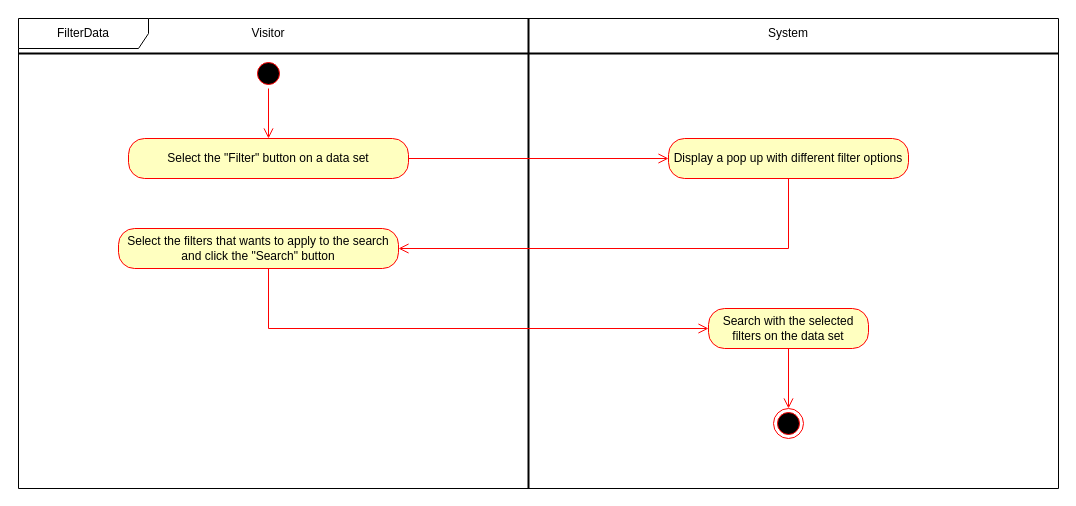
Before: page "FilterData" (2 of 2) of Visitor.drawio in matteovisotto/SE2-CecchettoSirianiVisotto, a draw.io diagram. Source tidied: cells renumbered, new cells numbered last; positions are measured from the earlier drawing's top-left corner, leaving out a move shared by most shapes. Both pictures are drawn from the tidied source at 100%, with x=0, y=0 at pixel (18, 18).
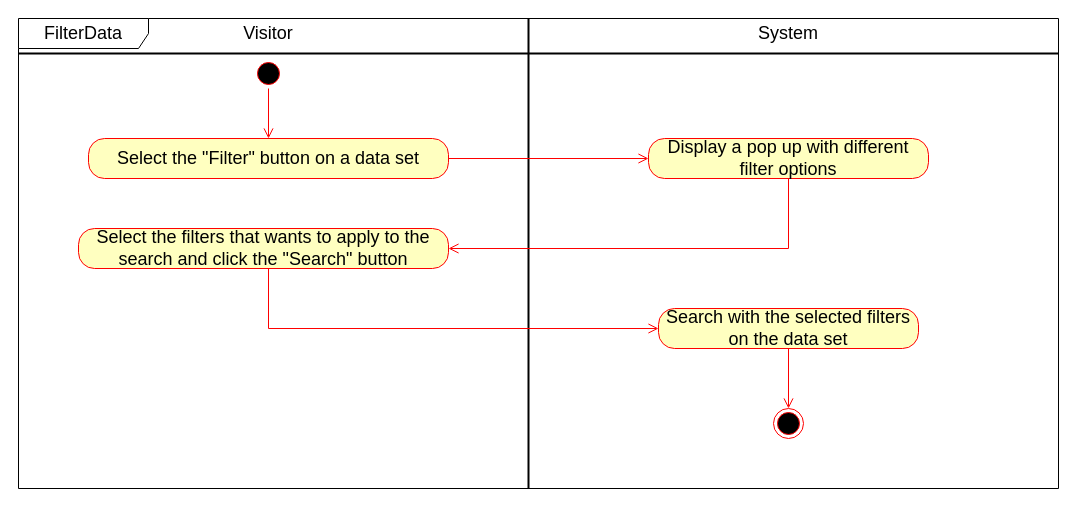
After the change.

Change to the diagram source:
```diff
@@
-    <mxCell id="2" value="FilterData" style="shape=umlFrame;whiteSpace=wrap;html=1;width=130;height=30;" parent="1" vertex="1">
+    <mxCell id="2" value="&lt;font style=&quot;font-size: 18px&quot;&gt;FilterData&lt;/font&gt;" style="shape=umlFrame;whiteSpace=wrap;html=1;width=130;height=30;" parent="1" vertex="1">
       <mxGeometry width="1040" height="470" as="geometry" />
     </mxCell>
@@
-    <mxCell id="8" value="Visitor" style="text;html=1;strokeColor=none;fillColor=none;align=center;verticalAlign=middle;whiteSpace=wrap;rounded=0;" parent="1" vertex="1">
+    <mxCell id="8" value="&lt;font style=&quot;font-size: 18px&quot;&gt;Visitor&lt;/font&gt;" style="text;html=1;strokeColor=none;fillColor=none;align=center;verticalAlign=middle;whiteSpace=wrap;rounded=0;" parent="1" vertex="1">
       <mxGeometry x="195" width="110" height="30" as="geometry" />
     </mxCell>
-    <mxCell id="9" value="System" style="text;html=1;strokeColor=none;fillColor=none;align=center;verticalAlign=middle;whiteSpace=wrap;rounded=0;" parent="1" vertex="1">
+    <mxCell id="9" value="&lt;font style=&quot;font-size: 18px&quot;&gt;System&lt;/font&gt;" style="text;html=1;strokeColor=none;fillColor=none;align=center;verticalAlign=middle;whiteSpace=wrap;rounded=0;" parent="1" vertex="1">
       <mxGeometry x="740" width="60" height="30" as="geometry" />
     </mxCell>
-    <mxCell id="10" value="Select the &quot;Filter&quot; button on a data set" style="rounded=1;whiteSpace=wrap;html=1;arcSize=40;fontColor=#000000;fillColor=#ffffc0;strokeColor=#ff0000;" parent="1" vertex="1">
-      <mxGeometry x="110" y="120" width="280" height="40" as="geometry" />
+    <mxCell id="10" value="&lt;font style=&quot;font-size: 18px&quot;&gt;Select the &quot;Filter&quot; button on a data set&lt;/font&gt;" style="rounded=1;whiteSpace=wrap;html=1;arcSize=40;fontColor=#000000;fillColor=#ffffc0;strokeColor=#ff0000;" parent="1" vertex="1">
+      <mxGeometry x="70" y="120" width="360" height="40" as="geometry" />
     </mxCell>
@@
-    <mxCell id="12" value="Display a pop up with different filter options" style="rounded=1;whiteSpace=wrap;html=1;arcSize=40;fontColor=#000000;fillColor=#ffffc0;strokeColor=#ff0000;" parent="1" vertex="1">
-      <mxGeometry x="650" y="120" width="240" height="40" as="geometry" />
+    <mxCell id="12" value="&lt;font style=&quot;font-size: 18px&quot;&gt;Display a pop up with different filter options&lt;/font&gt;" style="rounded=1;whiteSpace=wrap;html=1;arcSize=40;fontColor=#000000;fillColor=#ffffc0;strokeColor=#ff0000;" parent="1" vertex="1">
+      <mxGeometry x="630" y="120" width="280" height="40" as="geometry" />
     </mxCell>
@@
-    <mxCell id="14" value="Select the filters that wants to apply to the search and click the &quot;Search&quot; button" style="rounded=1;whiteSpace=wrap;html=1;arcSize=40;fontColor=#000000;fillColor=#ffffc0;strokeColor=#ff0000;" parent="1" vertex="1">
-      <mxGeometry x="100" y="210" width="280" height="40" as="geometry" />
+    <mxCell id="14" value="&lt;font style=&quot;font-size: 18px&quot;&gt;Select the filters that wants to apply to the search and click the &quot;Search&quot; button&lt;/font&gt;" style="rounded=1;whiteSpace=wrap;html=1;arcSize=40;fontColor=#000000;fillColor=#ffffc0;strokeColor=#ff0000;" parent="1" vertex="1">
+      <mxGeometry x="60" y="210" width="370" height="40" as="geometry" />
     </mxCell>
@@
-    <mxCell id="16" value="Search with the selected filters on the data set" style="rounded=1;whiteSpace=wrap;html=1;arcSize=40;fontColor=#000000;fillColor=#ffffc0;strokeColor=#ff0000;" parent="1" vertex="1">
-      <mxGeometry x="690" y="290" width="160" height="40" as="geometry" />
+    <mxCell id="16" value="&lt;font style=&quot;font-size: 18px&quot;&gt;Search with the selected filters on the data set&lt;/font&gt;" style="rounded=1;whiteSpace=wrap;html=1;arcSize=40;fontColor=#000000;fillColor=#ffffc0;strokeColor=#ff0000;" parent="1" vertex="1">
+      <mxGeometry x="640" y="290" width="260" height="40" as="geometry" />
     </mxCell>
```
